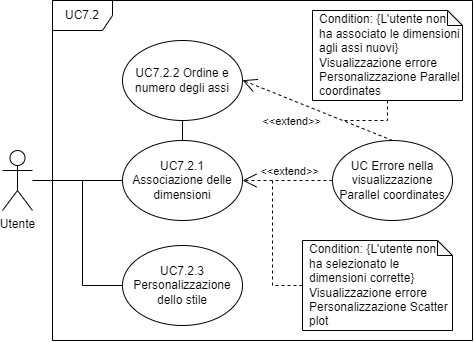
Above: assets/personalizzazioneParallelCoordinates.drawio.png in Club-Swendwich/Documenti (draw.io), before the change. Source tidied: cells renumbered, new cells last; positions are measured from the earlier drawing's top-left corner, leaving out a move shared by most shapes. Its diagram source:
```xml
<mxGraphModel>
  <root>
    <mxCell id="0" />
    <mxCell id="1" parent="0" />
    <mxCell id="2" style="endArrow=block;html=1;rounded=0;entryX=0.933;entryY=0.25;entryDx=0;entryDy=0;exitX=0;exitY=0.5;exitDx=0;exitDy=0;endFill=0;entryPerimeter=0;" parent="1" edge="1" target="x">
      <mxGeometry relative="1" as="geometry">
        <mxPoint x="250" y="50" as="sourcePoint" />
      </mxGeometry>
    </mxCell>
    <mxCell id="3" style="endArrow=block;html=1;rounded=0;entryX=0.99;entryY=0.433;entryDx=0;entryDy=0;exitX=0;exitY=0.5;exitDx=0;exitDy=0;endFill=0;entryPerimeter=0;" parent="1" edge="1" target="x">
      <mxGeometry relative="1" as="geometry">
        <mxPoint x="250" y="150" as="sourcePoint" />
      </mxGeometry>
    </mxCell>
    <mxCell id="4" style="endArrow=block;html=1;rounded=0;exitX=0;exitY=0.5;exitDx=0;exitDy=0;endFill=0;entryX=0.913;entryY=0.798;entryDx=0;entryDy=0;entryPerimeter=0;" parent="1" edge="1" target="x">
      <mxGeometry relative="1" as="geometry">
        <mxPoint x="250" y="350" as="sourcePoint" />
      </mxGeometry>
    </mxCell>
    <mxCell id="5" value="UC7.2" style="shape=umlFrame;whiteSpace=wrap;html=1;" parent="1" vertex="1">
      <mxGeometry x="50" width="420" height="340" as="geometry" />
    </mxCell>
    <mxCell id="6" value="Utente" style="shape=umlActor;verticalLabelPosition=bottom;verticalAlign=top;html=1;outlineConnect=0;" parent="1" vertex="1">
      <mxGeometry y="150" width="30" height="60" as="geometry" />
    </mxCell>
    <mxCell id="7" style="edgeStyle=orthogonalEdgeStyle;rounded=0;jettySize=auto;html=1;exitX=0;exitY=0.5;exitDx=0;exitDy=0;endArrow=none;endFill=0;" parent="1" edge="1" source="8" target="6">
      <mxGeometry relative="1" as="geometry">
        <Array as="points">
          <mxPoint x="15" y="180" />
        </Array>
      </mxGeometry>
    </mxCell>
    <mxCell id="8" value="UC7.2.1 Associazione delle dimensioni" style="ellipse;whiteSpace=wrap;html=1;" parent="1" vertex="1">
      <mxGeometry x="120" y="140" width="120" height="80" as="geometry" />
    </mxCell>
    <mxCell id="9" style="edgeStyle=orthogonalEdgeStyle;rounded=0;jettySize=auto;html=1;exitX=0;exitY=0.5;exitDx=0;exitDy=0;endArrow=none;endFill=0;" parent="1" edge="1" source="10">
      <mxGeometry relative="1" as="geometry">
        <mxPoint x="80" y="180" as="targetPoint" />
      </mxGeometry>
    </mxCell>
    <mxCell id="10" value="UC7.2.3 Personalizzazione dello stile" style="ellipse;whiteSpace=wrap;html=1;" parent="1" vertex="1">
      <mxGeometry x="120" y="245" width="120" height="80" as="geometry" />
    </mxCell>
    <mxCell id="11" value="UC Errore nella visualizzazione Parallel coordinates" style="ellipse;whiteSpace=wrap;html=1;" parent="1" vertex="1">
      <mxGeometry x="330" y="140" width="120" height="80" as="geometry" />
    </mxCell>
    <mxCell id="12" style="edgeStyle=orthogonalEdgeStyle;rounded=0;jettySize=auto;html=1;exitX=0;exitY=0.5;exitDx=0;exitDy=0;exitPerimeter=0;dashed=1;endArrow=none;endFill=0;" parent="1" edge="1" source="13">
      <mxGeometry relative="1" as="geometry">
        <mxPoint x="270" y="180" as="targetPoint" />
      </mxGeometry>
    </mxCell>
    <mxCell id="13" value="Condition: {L'utente non ha selezionato le dimensioni corrette}&#10;Visualizzazione errore Personalizzazione Scatter plot" style="shape=note;size=15;spacingLeft=5;align=left;whiteSpace=wrap;" parent="1" vertex="1">
      <mxGeometry x="300" y="240" width="150" height="90" as="geometry" />
    </mxCell>
    <mxCell id="14" value="&amp;lt;&amp;lt;extend&amp;gt;&amp;gt;" style="align=right;html=1;verticalAlign=bottom;rounded=0;labelBackgroundColor=none;endArrow=open;endSize=12;dashed=1;entryX=1;entryY=0.5;entryDx=0;entryDy=0;exitX=0;exitY=0.5;exitDx=0;exitDy=0;" parent="1" edge="1" source="11" target="8">
      <mxGeometry x="-0.75" relative="1" as="geometry" />
    </mxCell>
    <mxCell id="15" value="UC7.2.2 Ordine e numero degli assi" style="ellipse;whiteSpace=wrap;html=1;" parent="1" vertex="1">
      <mxGeometry x="120" y="40" width="120" height="80" as="geometry" />
    </mxCell>
    <mxCell id="16" value="&amp;lt;&amp;lt;extend&amp;gt;&amp;gt;" style="align=right;html=1;verticalAlign=bottom;rounded=0;labelBackgroundColor=none;endArrow=open;endSize=12;dashed=1;entryX=1;entryY=0.5;entryDx=0;entryDy=0;exitX=0.5;exitY=0;exitDx=0;exitDy=0;" parent="1" edge="1" source="11">
      <mxGeometry x="-0.15" y="17" relative="1" as="geometry">
        <mxPoint x="240" y="79.7" as="targetPoint" />
      </mxGeometry>
    </mxCell>
    <mxCell id="17" value="Condition: {L'utente non ha associato le dimensioni agli assi nuovi}&#10;Visualizzazione errore Personalizzazione Parallel coordinates" style="shape=note;size=15;spacingLeft=5;align=left;whiteSpace=wrap;" parent="1" vertex="1">
      <mxGeometry x="310" y="10" width="150" height="90" as="geometry" />
    </mxCell>
    <mxCell id="18" style="edgeStyle=orthogonalEdgeStyle;rounded=0;jettySize=auto;html=1;exitX=0.5;exitY=1;exitDx=0;exitDy=0;exitPerimeter=0;dashed=1;endArrow=none;endFill=0;" parent="1" edge="1" source="17">
      <mxGeometry relative="1" as="geometry">
        <mxPoint x="340" y="120" as="targetPoint" />
      </mxGeometry>
    </mxCell>
    <mxCell id="19" style="endArrow=none;html=1;rounded=0;entryX=0.5;entryY=1;entryDx=0;entryDy=0;exitX=0.5;exitY=0;exitDx=0;exitDy=0;" parent="1" edge="1" source="8" target="15">
      <mxGeometry relative="1" as="geometry" />
    </mxCell>
  </root>
</mxGraphModel>
```
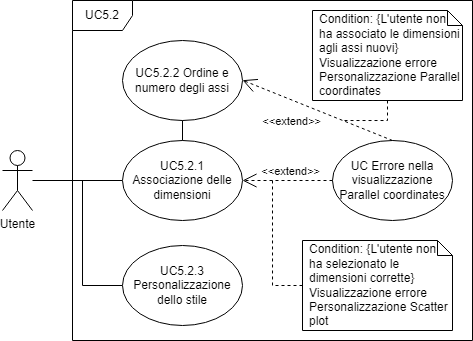
The same diagram one commit later.

Diff of the diagram source:
```diff
@@ -2,23 +2,8 @@
   <root>
     <mxCell id="0" />
     <mxCell id="1" parent="0" />
-    <mxCell id="2" style="endArrow=block;html=1;rounded=0;entryX=0.933;entryY=0.25;entryDx=0;entryDy=0;exitX=0;exitY=0.5;exitDx=0;exitDy=0;endFill=0;entryPerimeter=0;" parent="1" edge="1" target="x">
-      <mxGeometry relative="1" as="geometry">
-        <mxPoint x="250" y="50" as="sourcePoint" />
-      </mxGeometry>
-    </mxCell>
-    <mxCell id="3" style="endArrow=block;html=1;rounded=0;entryX=0.99;entryY=0.433;entryDx=0;entryDy=0;exitX=0;exitY=0.5;exitDx=0;exitDy=0;endFill=0;entryPerimeter=0;" parent="1" edge="1" target="x">
-      <mxGeometry relative="1" as="geometry">
-        <mxPoint x="250" y="150" as="sourcePoint" />
-      </mxGeometry>
-    </mxCell>
-    <mxCell id="4" style="endArrow=block;html=1;rounded=0;exitX=0;exitY=0.5;exitDx=0;exitDy=0;endFill=0;entryX=0.913;entryY=0.798;entryDx=0;entryDy=0;entryPerimeter=0;" parent="1" edge="1" target="x">
-      <mxGeometry relative="1" as="geometry">
-        <mxPoint x="250" y="350" as="sourcePoint" />
-      </mxGeometry>
-    </mxCell>
-    <mxCell id="5" value="UC7.2" style="shape=umlFrame;whiteSpace=wrap;html=1;" parent="1" vertex="1">
-      <mxGeometry x="50" width="420" height="340" as="geometry" />
+    <mxCell id="5" value="UC5.2" style="shape=umlFrame;whiteSpace=wrap;html=1;" parent="1" vertex="1">
+      <mxGeometry x="70" width="400" height="340" as="geometry" />
     </mxCell>
     <mxCell id="6" value="Utente" style="shape=umlActor;verticalLabelPosition=bottom;verticalAlign=top;html=1;outlineConnect=0;" parent="1" vertex="1">
       <mxGeometry y="150" width="30" height="60" as="geometry" />
@@ -30,7 +15,7 @@
         </Array>
       </mxGeometry>
     </mxCell>
-    <mxCell id="8" value="UC7.2.1 Associazione delle dimensioni" style="ellipse;whiteSpace=wrap;html=1;" parent="1" vertex="1">
+    <mxCell id="8" value="UC5.2.1 Associazione delle dimensioni" style="ellipse;whiteSpace=wrap;html=1;" parent="1" vertex="1">
       <mxGeometry x="120" y="140" width="120" height="80" as="geometry" />
     </mxCell>
     <mxCell id="9" style="edgeStyle=orthogonalEdgeStyle;rounded=0;jettySize=auto;html=1;exitX=0;exitY=0.5;exitDx=0;exitDy=0;endArrow=none;endFill=0;" parent="1" edge="1" source="10">
@@ -38,7 +23,7 @@
         <mxPoint x="80" y="180" as="targetPoint" />
       </mxGeometry>
     </mxCell>
-    <mxCell id="10" value="UC7.2.3 Personalizzazione dello stile" style="ellipse;whiteSpace=wrap;html=1;" parent="1" vertex="1">
+    <mxCell id="10" value="UC5.2.3 Personalizzazione dello stile" style="ellipse;whiteSpace=wrap;html=1;" parent="1" vertex="1">
       <mxGeometry x="120" y="245" width="120" height="80" as="geometry" />
     </mxCell>
     <mxCell id="11" value="UC Errore nella visualizzazione Parallel coordinates" style="ellipse;whiteSpace=wrap;html=1;" parent="1" vertex="1">
@@ -55,7 +40,7 @@
     <mxCell id="14" value="&amp;lt;&amp;lt;extend&amp;gt;&amp;gt;" style="align=right;html=1;verticalAlign=bottom;rounded=0;labelBackgroundColor=none;endArrow=open;endSize=12;dashed=1;entryX=1;entryY=0.5;entryDx=0;entryDy=0;exitX=0;exitY=0.5;exitDx=0;exitDy=0;" parent="1" edge="1" source="11" target="8">
       <mxGeometry x="-0.75" relative="1" as="geometry" />
     </mxCell>
-    <mxCell id="15" value="UC7.2.2 Ordine e numero degli assi" style="ellipse;whiteSpace=wrap;html=1;" parent="1" vertex="1">
+    <mxCell id="15" value="UC5.2.2 Ordine e numero degli assi" style="ellipse;whiteSpace=wrap;html=1;" parent="1" vertex="1">
       <mxGeometry x="120" y="40" width="120" height="80" as="geometry" />
     </mxCell>
     <mxCell id="16" value="&amp;lt;&amp;lt;extend&amp;gt;&amp;gt;" style="align=right;html=1;verticalAlign=bottom;rounded=0;labelBackgroundColor=none;endArrow=open;endSize=12;dashed=1;entryX=1;entryY=0.5;entryDx=0;entryDy=0;exitX=0.5;exitY=0;exitDx=0;exitDy=0;" parent="1" edge="1" source="11">
```
